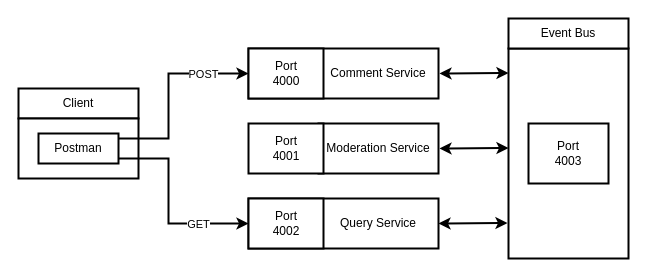
This is Design.drawio from louissaadgo/comments-microservices, a draw.io file, before an edit. Source tidied: cells renumbered, new cells numbered last; positions are measured from the earlier drawing's top-left corner, leaving out a move shared by most shapes. Both pictures are drawn from the tidied source at 100%, with x=0, y=0 at pixel (18, 18).
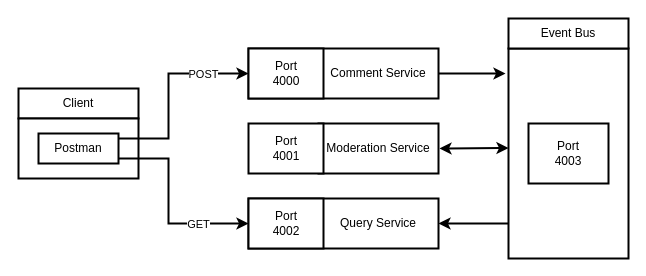
After the change.

The change refers to these unchanged cells:
```xml
<mxCell id="6" style="rounded=0;whiteSpace=wrap;html=1;strokeWidth=2;" parent="1" vertex="1">
  <mxGeometry x="230" y="30" width="190" height="50" as="geometry" />
</mxCell>
<mxCell id="10" style="rounded=0;whiteSpace=wrap;html=1;strokeWidth=2;" parent="1" vertex="1">
  <mxGeometry x="230" y="180" width="190" height="50" as="geometry" />
</mxCell>
<mxCell id="17" style="rounded=0;whiteSpace=wrap;html=1;strokeWidth=2;" parent="1" vertex="1">
  <mxGeometry x="490" y="30" width="120" height="210" as="geometry" />
</mxCell>
```

Change to the diagram source:
```diff
@@
-    <mxCell id="21" style="endArrow=classic;startArrow=classic;html=1;strokeWidth=2;exitX=1;exitY=0.25;exitDx=0;exitDy=0;entryX=-0.008;entryY=0.057;entryDx=0;entryDy=0;entryPerimeter=0;" parent="1" edge="1">
-      <mxGeometry relative="1" as="geometry">
-        <mxPoint x="420" y="205" as="sourcePoint" />
-        <mxPoint x="489" y="204.5" as="targetPoint" />
-      </mxGeometry>
-    </mxCell>
-    <mxCell id="22" style="endArrow=classic;startArrow=classic;html=1;strokeWidth=2;exitX=1;exitY=0.25;exitDx=0;exitDy=0;entryX=-0.008;entryY=0.057;entryDx=0;entryDy=0;entryPerimeter=0;" parent="1" edge="1">
-      <mxGeometry relative="1" as="geometry">
-        <mxPoint x="421" y="55" as="sourcePoint" />
-        <mxPoint x="490" y="54.5" as="targetPoint" />
-      </mxGeometry>
-    </mxCell>
@@
+    <mxCell id="31" style="endArrow=classic;html=1;exitX=1;exitY=0.5;exitDx=0;exitDy=0;entryX=-0.025;entryY=0.119;entryDx=0;entryDy=0;entryPerimeter=0;strokeWidth=2;" parent="1" edge="1" source="6" target="17">
+      <mxGeometry relative="1" as="geometry" />
+    </mxCell>
+    <mxCell id="32" style="endArrow=classic;html=1;strokeWidth=2;entryX=1;entryY=0.5;entryDx=0;entryDy=0;exitX=0;exitY=0.833;exitDx=0;exitDy=0;exitPerimeter=0;" parent="1" edge="1" source="17" target="10">
+      <mxGeometry relative="1" as="geometry" />
+    </mxCell>
```
